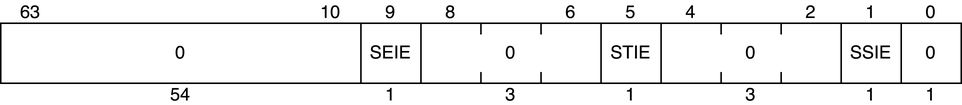
nananapo/veryl-riscv-book keeps this draw.io diagram as basic/images/23-smode-csr/sie.png. Above is the earlier version. Source tidied: cells renumbered, new cells last; positions are measured from the earlier drawing's top-left corner, leaving out a move shared by most shapes. Source of this version:
```xml
<mxGraphModel>
  <root>
    <mxCell id="0" />
    <mxCell id="1" parent="0" />
    <mxCell id="2" style="rounded=0;whiteSpace=wrap;html=1;" parent="1" vertex="1">
      <mxGeometry y="15" width="640" height="40" as="geometry" />
    </mxCell>
    <mxCell id="3" value="0" style="text;html=1;align=center;verticalAlign=middle;whiteSpace=wrap;rounded=0;" parent="1" vertex="1">
      <mxGeometry x="610" width="20" height="15" as="geometry" />
    </mxCell>
    <mxCell id="4" value="63" style="text;html=1;align=center;verticalAlign=middle;whiteSpace=wrap;rounded=0;" parent="1" vertex="1">
      <mxGeometry x="10" width="20" height="15" as="geometry" />
    </mxCell>
    <mxCell id="5" value="54" style="text;html=1;align=center;verticalAlign=middle;whiteSpace=wrap;rounded=0;" parent="1" vertex="1">
      <mxGeometry x="110" y="55" width="20" height="15" as="geometry" />
    </mxCell>
    <mxCell id="6" style="endArrow=none;html=1;rounded=0;" parent="1" edge="1">
      <mxGeometry relative="1" as="geometry">
        <mxPoint x="600" y="55" as="sourcePoint" />
        <mxPoint x="600" y="15" as="targetPoint" />
      </mxGeometry>
    </mxCell>
    <mxCell id="7" style="endArrow=none;html=1;rounded=0;" parent="1" edge="1">
      <mxGeometry relative="1" as="geometry">
        <mxPoint x="560" y="55" as="sourcePoint" />
        <mxPoint x="560" y="15" as="targetPoint" />
      </mxGeometry>
    </mxCell>
    <mxCell id="8" style="endArrow=none;html=1;rounded=0;" parent="1" edge="1">
      <mxGeometry relative="1" as="geometry">
        <mxPoint x="440" y="55" as="sourcePoint" />
        <mxPoint x="440" y="15" as="targetPoint" />
      </mxGeometry>
    </mxCell>
    <mxCell id="9" style="endArrow=none;html=1;rounded=0;" parent="1" edge="1">
      <mxGeometry relative="1" as="geometry">
        <mxPoint x="400" y="55" as="sourcePoint" />
        <mxPoint x="400" y="15" as="targetPoint" />
      </mxGeometry>
    </mxCell>
    <mxCell id="10" style="endArrow=none;html=1;rounded=0;" parent="1" edge="1">
      <mxGeometry relative="1" as="geometry">
        <mxPoint x="280" y="55" as="sourcePoint" />
        <mxPoint x="280" y="15" as="targetPoint" />
      </mxGeometry>
    </mxCell>
    <mxCell id="11" style="endArrow=none;html=1;rounded=0;" parent="1" edge="1">
      <mxGeometry relative="1" as="geometry">
        <mxPoint x="240" y="55" as="sourcePoint" />
        <mxPoint x="240" y="15" as="targetPoint" />
      </mxGeometry>
    </mxCell>
    <mxCell id="12" value="1" style="text;html=1;align=center;verticalAlign=middle;whiteSpace=wrap;rounded=0;" parent="1" vertex="1">
      <mxGeometry x="570" width="20" height="15" as="geometry" />
    </mxCell>
    <mxCell id="13" value="2" style="text;html=1;align=center;verticalAlign=middle;whiteSpace=wrap;rounded=0;" parent="1" vertex="1">
      <mxGeometry x="530" width="20" height="15" as="geometry" />
    </mxCell>
    <mxCell id="14" value="4" style="text;html=1;align=center;verticalAlign=middle;whiteSpace=wrap;rounded=0;" parent="1" vertex="1">
      <mxGeometry x="450" width="20" height="15" as="geometry" />
    </mxCell>
    <mxCell id="15" value="5" style="text;html=1;align=center;verticalAlign=middle;whiteSpace=wrap;rounded=0;" parent="1" vertex="1">
      <mxGeometry x="410" width="20" height="15" as="geometry" />
    </mxCell>
    <mxCell id="16" value="6" style="text;html=1;align=center;verticalAlign=middle;whiteSpace=wrap;rounded=0;" parent="1" vertex="1">
      <mxGeometry x="370" width="20" height="15" as="geometry" />
    </mxCell>
    <mxCell id="17" value="8" style="text;html=1;align=center;verticalAlign=middle;whiteSpace=wrap;rounded=0;" parent="1" vertex="1">
      <mxGeometry x="290" width="20" height="15" as="geometry" />
    </mxCell>
    <mxCell id="18" value="9" style="text;html=1;align=center;verticalAlign=middle;whiteSpace=wrap;rounded=0;" parent="1" vertex="1">
      <mxGeometry x="250" width="20" height="15" as="geometry" />
    </mxCell>
    <mxCell id="19" value="10" style="text;html=1;align=center;verticalAlign=middle;whiteSpace=wrap;rounded=0;" parent="1" vertex="1">
      <mxGeometry x="210" width="20" height="15" as="geometry" />
    </mxCell>
    <mxCell id="20" value="1" style="text;html=1;align=center;verticalAlign=middle;whiteSpace=wrap;rounded=0;" parent="1" vertex="1">
      <mxGeometry x="610" y="55" width="20" height="15" as="geometry" />
    </mxCell>
    <mxCell id="21" value="1" style="text;html=1;align=center;verticalAlign=middle;whiteSpace=wrap;rounded=0;" parent="1" vertex="1">
      <mxGeometry x="570" y="55" width="20" height="15" as="geometry" />
    </mxCell>
    <mxCell id="22" value="3" style="text;html=1;align=center;verticalAlign=middle;whiteSpace=wrap;rounded=0;" parent="1" vertex="1">
      <mxGeometry x="490" y="55" width="20" height="15" as="geometry" />
    </mxCell>
    <mxCell id="23" value="1" style="text;html=1;align=center;verticalAlign=middle;whiteSpace=wrap;rounded=0;" parent="1" vertex="1">
      <mxGeometry x="410" y="55" width="20" height="15" as="geometry" />
    </mxCell>
    <mxCell id="24" value="1" style="text;html=1;align=center;verticalAlign=middle;whiteSpace=wrap;rounded=0;" parent="1" vertex="1">
      <mxGeometry x="250" y="55" width="20" height="15" as="geometry" />
    </mxCell>
    <mxCell id="25" value="0" style="text;html=1;align=center;verticalAlign=middle;whiteSpace=wrap;rounded=0;" parent="1" vertex="1">
      <mxGeometry x="110" y="27.5" width="20" height="15" as="geometry" />
    </mxCell>
    <mxCell id="26" value="SEIE" style="text;html=1;align=center;verticalAlign=middle;whiteSpace=wrap;rounded=0;" parent="1" vertex="1">
      <mxGeometry x="250" y="27.5" width="20" height="15" as="geometry" />
    </mxCell>
    <mxCell id="27" value="STIE" style="text;html=1;align=center;verticalAlign=middle;whiteSpace=wrap;rounded=0;" parent="1" vertex="1">
      <mxGeometry x="410" y="27.5" width="20" height="15" as="geometry" />
    </mxCell>
    <mxCell id="28" value="0" style="text;html=1;align=center;verticalAlign=middle;whiteSpace=wrap;rounded=0;" parent="1" vertex="1">
      <mxGeometry x="490" y="27.5" width="20" height="15" as="geometry" />
    </mxCell>
    <mxCell id="29" value="SSIE" style="text;html=1;align=center;verticalAlign=middle;whiteSpace=wrap;rounded=0;" parent="1" vertex="1">
      <mxGeometry x="570" y="27.5" width="20" height="15" as="geometry" />
    </mxCell>
    <mxCell id="30" value="0" style="text;html=1;align=center;verticalAlign=middle;whiteSpace=wrap;rounded=0;" parent="1" vertex="1">
      <mxGeometry x="610" y="27.5" width="20" height="15" as="geometry" />
    </mxCell>
    <mxCell id="31" style="endArrow=none;html=1;rounded=0;" parent="1" edge="1">
      <mxGeometry relative="1" as="geometry">
        <mxPoint x="480" y="55" as="sourcePoint" />
        <mxPoint x="480" y="47.5" as="targetPoint" />
      </mxGeometry>
    </mxCell>
    <mxCell id="32" style="endArrow=none;html=1;rounded=0;" parent="1" edge="1">
      <mxGeometry relative="1" as="geometry">
        <mxPoint x="480" y="22.5" as="sourcePoint" />
        <mxPoint x="480" y="15" as="targetPoint" />
      </mxGeometry>
    </mxCell>
    <mxCell id="33" value="3" style="text;html=1;align=center;verticalAlign=middle;whiteSpace=wrap;rounded=0;" parent="1" vertex="1">
      <mxGeometry x="330" y="55" width="20" height="15" as="geometry" />
    </mxCell>
    <mxCell id="34" value="0" style="text;html=1;align=center;verticalAlign=middle;whiteSpace=wrap;rounded=0;" parent="1" vertex="1">
      <mxGeometry x="330" y="27.5" width="20" height="15" as="geometry" />
    </mxCell>
    <mxCell id="35" style="endArrow=none;html=1;rounded=0;" parent="1" edge="1">
      <mxGeometry relative="1" as="geometry">
        <mxPoint x="360" y="55" as="sourcePoint" />
        <mxPoint x="360" y="47.5" as="targetPoint" />
      </mxGeometry>
    </mxCell>
    <mxCell id="36" style="endArrow=none;html=1;rounded=0;" parent="1" edge="1">
      <mxGeometry relative="1" as="geometry">
        <mxPoint x="360" y="22.5" as="sourcePoint" />
        <mxPoint x="360" y="15" as="targetPoint" />
      </mxGeometry>
    </mxCell>
    <mxCell id="37" style="endArrow=none;html=1;rounded=0;" parent="1" edge="1">
      <mxGeometry relative="1" as="geometry">
        <mxPoint x="520" y="55" as="sourcePoint" />
        <mxPoint x="520" y="47.5" as="targetPoint" />
      </mxGeometry>
    </mxCell>
    <mxCell id="38" style="endArrow=none;html=1;rounded=0;" parent="1" edge="1">
      <mxGeometry relative="1" as="geometry">
        <mxPoint x="520" y="22.5" as="sourcePoint" />
        <mxPoint x="520" y="15" as="targetPoint" />
      </mxGeometry>
    </mxCell>
    <mxCell id="39" style="endArrow=none;html=1;rounded=0;" parent="1" edge="1">
      <mxGeometry relative="1" as="geometry">
        <mxPoint x="320" y="55" as="sourcePoint" />
        <mxPoint x="320" y="47.5" as="targetPoint" />
      </mxGeometry>
    </mxCell>
    <mxCell id="40" style="endArrow=none;html=1;rounded=0;" parent="1" edge="1">
      <mxGeometry relative="1" as="geometry">
        <mxPoint x="320" y="22.5" as="sourcePoint" />
        <mxPoint x="320" y="15" as="targetPoint" />
      </mxGeometry>
    </mxCell>
  </root>
</mxGraphModel>
```
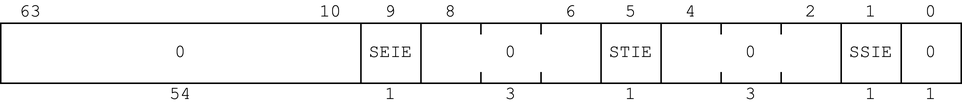
The same diagram one commit later.

The edit, as a diff of the source:
```diff
@@ -2,160 +2,160 @@
   <root>
     <mxCell id="0" />
     <mxCell id="1" parent="0" />
-    <mxCell id="2" style="rounded=0;whiteSpace=wrap;html=1;" parent="1" vertex="1">
+    <mxCell id="2" style="rounded=0;whiteSpace=wrap;html=1;fontFamily=Courier New;" parent="1" vertex="1">
       <mxGeometry y="15" width="640" height="40" as="geometry" />
     </mxCell>
-    <mxCell id="3" value="0" style="text;html=1;align=center;verticalAlign=middle;whiteSpace=wrap;rounded=0;" parent="1" vertex="1">
+    <mxCell id="3" value="0" style="text;html=1;align=center;verticalAlign=middle;whiteSpace=wrap;rounded=0;fontFamily=Courier New;" parent="1" vertex="1">
       <mxGeometry x="610" width="20" height="15" as="geometry" />
     </mxCell>
-    <mxCell id="4" value="63" style="text;html=1;align=center;verticalAlign=middle;whiteSpace=wrap;rounded=0;" parent="1" vertex="1">
+    <mxCell id="4" value="63" style="text;html=1;align=center;verticalAlign=middle;whiteSpace=wrap;rounded=0;fontFamily=Courier New;" parent="1" vertex="1">
       <mxGeometry x="10" width="20" height="15" as="geometry" />
     </mxCell>
-    <mxCell id="5" value="54" style="text;html=1;align=center;verticalAlign=middle;whiteSpace=wrap;rounded=0;" parent="1" vertex="1">
+    <mxCell id="5" value="54" style="text;html=1;align=center;verticalAlign=middle;whiteSpace=wrap;rounded=0;fontFamily=Courier New;" parent="1" vertex="1">
       <mxGeometry x="110" y="55" width="20" height="15" as="geometry" />
     </mxCell>
-    <mxCell id="6" style="endArrow=none;html=1;rounded=0;" parent="1" edge="1">
+    <mxCell id="6" style="endArrow=none;html=1;rounded=0;fontFamily=Courier New;" parent="1" edge="1">
       <mxGeometry relative="1" as="geometry">
         <mxPoint x="600" y="55" as="sourcePoint" />
         <mxPoint x="600" y="15" as="targetPoint" />
       </mxGeometry>
     </mxCell>
-    <mxCell id="7" style="endArrow=none;html=1;rounded=0;" parent="1" edge="1">
+    <mxCell id="7" style="endArrow=none;html=1;rounded=0;fontFamily=Courier New;" parent="1" edge="1">
       <mxGeometry relative="1" as="geometry">
         <mxPoint x="560" y="55" as="sourcePoint" />
         <mxPoint x="560" y="15" as="targetPoint" />
       </mxGeometry>
     </mxCell>
-    <mxCell id="8" style="endArrow=none;html=1;rounded=0;" parent="1" edge="1">
+    <mxCell id="8" style="endArrow=none;html=1;rounded=0;fontFamily=Courier New;" parent="1" edge="1">
       <mxGeometry relative="1" as="geometry">
         <mxPoint x="440" y="55" as="sourcePoint" />
         <mxPoint x="440" y="15" as="targetPoint" />
       </mxGeometry>
     </mxCell>
-    <mxCell id="9" style="endArrow=none;html=1;rounded=0;" parent="1" edge="1">
+    <mxCell id="9" style="endArrow=none;html=1;rounded=0;fontFamily=Courier New;" parent="1" edge="1">
       <mxGeometry relative="1" as="geometry">
         <mxPoint x="400" y="55" as="sourcePoint" />
         <mxPoint x="400" y="15" as="targetPoint" />
       </mxGeometry>
     </mxCell>
-    <mxCell id="10" style="endArrow=none;html=1;rounded=0;" parent="1" edge="1">
+    <mxCell id="10" style="endArrow=none;html=1;rounded=0;fontFamily=Courier New;" parent="1" edge="1">
       <mxGeometry relative="1" as="geometry">
         <mxPoint x="280" y="55" as="sourcePoint" />
         <mxPoint x="280" y="15" as="targetPoint" />
       </mxGeometry>
     </mxCell>
-    <mxCell id="11" style="endArrow=none;html=1;rounded=0;" parent="1" edge="1">
+    <mxCell id="11" style="endArrow=none;html=1;rounded=0;fontFamily=Courier New;" parent="1" edge="1">
       <mxGeometry relative="1" as="geometry">
         <mxPoint x="240" y="55" as="sourcePoint" />
         <mxPoint x="240" y="15" as="targetPoint" />
       </mxGeometry>
     </mxCell>
-    <mxCell id="12" value="1" style="text;html=1;align=center;verticalAlign=middle;whiteSpace=wrap;rounded=0;" parent="1" vertex="1">
+    <mxCell id="12" value="1" style="text;html=1;align=center;verticalAlign=middle;whiteSpace=wrap;rounded=0;fontFamily=Courier New;" parent="1" vertex="1">
       <mxGeometry x="570" width="20" height="15" as="geometry" />
     </mxCell>
-    <mxCell id="13" value="2" style="text;html=1;align=center;verticalAlign=middle;whiteSpace=wrap;rounded=0;" parent="1" vertex="1">
+    <mxCell id="13" value="2" style="text;html=1;align=center;verticalAlign=middle;whiteSpace=wrap;rounded=0;fontFamily=Courier New;" parent="1" vertex="1">
       <mxGeometry x="530" width="20" height="15" as="geometry" />
     </mxCell>
-    <mxCell id="14" value="4" style="text;html=1;align=center;verticalAlign=middle;whiteSpace=wrap;rounded=0;" parent="1" vertex="1">
+    <mxCell id="14" value="4" style="text;html=1;align=center;verticalAlign=middle;whiteSpace=wrap;rounded=0;fontFamily=Courier New;" parent="1" vertex="1">
       <mxGeometry x="450" width="20" height="15" as="geometry" />
     </mxCell>
-    <mxCell id="15" value="5" style="text;html=1;align=center;verticalAlign=middle;whiteSpace=wrap;rounded=0;" parent="1" vertex="1">
+    <mxCell id="15" value="5" style="text;html=1;align=center;verticalAlign=middle;whiteSpace=wrap;rounded=0;fontFamily=Courier New;" parent="1" vertex="1">
       <mxGeometry x="410" width="20" height="15" as="geometry" />
     </mxCell>
-    <mxCell id="16" value="6" style="text;html=1;align=center;verticalAlign=middle;whiteSpace=wrap;rounded=0;" parent="1" vertex="1">
+    <mxCell id="16" value="6" style="text;html=1;align=center;verticalAlign=middle;whiteSpace=wrap;rounded=0;fontFamily=Courier New;" parent="1" vertex="1">
       <mxGeometry x="370" width="20" height="15" as="geometry" />
     </mxCell>
-    <mxCell id="17" value="8" style="text;html=1;align=center;verticalAlign=middle;whiteSpace=wrap;rounded=0;" parent="1" vertex="1">
+    <mxCell id="17" value="8" style="text;html=1;align=center;verticalAlign=middle;whiteSpace=wrap;rounded=0;fontFamily=Courier New;" parent="1" vertex="1">
       <mxGeometry x="290" width="20" height="15" as="geometry" />
     </mxCell>
-    <mxCell id="18" value="9" style="text;html=1;align=center;verticalAlign=middle;whiteSpace=wrap;rounded=0;" parent="1" vertex="1">
+    <mxCell id="18" value="9" style="text;html=1;align=center;verticalAlign=middle;whiteSpace=wrap;rounded=0;fontFamily=Courier New;" parent="1" vertex="1">
       <mxGeometry x="250" width="20" height="15" as="geometry" />
     </mxCell>
-    <mxCell id="19" value="10" style="text;html=1;align=center;verticalAlign=middle;whiteSpace=wrap;rounded=0;" parent="1" vertex="1">
+    <mxCell id="19" value="10" style="text;html=1;align=center;verticalAlign=middle;whiteSpace=wrap;rounded=0;fontFamily=Courier New;" parent="1" vertex="1">
       <mxGeometry x="210" width="20" height="15" as="geometry" />
     </mxCell>
-    <mxCell id="20" value="1" style="text;html=1;align=center;verticalAlign=middle;whiteSpace=wrap;rounded=0;" parent="1" vertex="1">
+    <mxCell id="20" value="1" style="text;html=1;align=center;verticalAlign=middle;whiteSpace=wrap;rounded=0;fontFamily=Courier New;" parent="1" vertex="1">
       <mxGeometry x="610" y="55" width="20" height="15" as="geometry" />
     </mxCell>
-    <mxCell id="21" value="1" style="text;html=1;align=center;verticalAlign=middle;whiteSpace=wrap;rounded=0;" parent="1" vertex="1">
+    <mxCell id="21" value="1" style="text;html=1;align=center;verticalAlign=middle;whiteSpace=wrap;rounded=0;fontFamily=Courier New;" parent="1" vertex="1">
       <mxGeometry x="570" y="55" width="20" height="15" as="geometry" />
     </mxCell>
-    <mxCell id="22" value="3" style="text;html=1;align=center;verticalAlign=middle;whiteSpace=wrap;rounded=0;" parent="1" vertex="1">
+    <mxCell id="22" value="3" style="text;html=1;align=center;verticalAlign=middle;whiteSpace=wrap;rounded=0;fontFamily=Courier New;" parent="1" vertex="1">
       <mxGeometry x="490" y="55" width="20" height="15" as="geometry" />
     </mxCell>
-    <mxCell id="23" value="1" style="text;html=1;align=center;verticalAlign=middle;whiteSpace=wrap;rounded=0;" parent="1" vertex="1">
+    <mxCell id="23" value="1" style="text;html=1;align=center;verticalAlign=middle;whiteSpace=wrap;rounded=0;fontFamily=Courier New;" parent="1" vertex="1">
       <mxGeometry x="410" y="55" width="20" height="15" as="geometry" />
     </mxCell>
-    <mxCell id="24" value="1" style="text;html=1;align=center;verticalAlign=middle;whiteSpace=wrap;rounded=0;" parent="1" vertex="1">
+    <mxCell id="24" value="1" style="text;html=1;align=center;verticalAlign=middle;whiteSpace=wrap;rounded=0;fontFamily=Courier New;" parent="1" vertex="1">
       <mxGeometry x="250" y="55" width="20" height="15" as="geometry" />
     </mxCell>
-    <mxCell id="25" value="0" style="text;html=1;align=center;verticalAlign=middle;whiteSpace=wrap;rounded=0;" parent="1" vertex="1">
+    <mxCell id="25" value="0" style="text;html=1;align=center;verticalAlign=middle;whiteSpace=wrap;rounded=0;fontFamily=Courier New;" parent="1" vertex="1">
       <mxGeometry x="110" y="27.5" width="20" height="15" as="geometry" />
     </mxCell>
-    <mxCell id="26" value="SEIE" style="text;html=1;align=center;verticalAlign=middle;whiteSpace=wrap;rounded=0;" parent="1" vertex="1">
+    <mxCell id="26" value="SEIE" style="text;html=1;align=center;verticalAlign=middle;whiteSpace=wrap;rounded=0;fontFamily=Courier New;" parent="1" vertex="1">
       <mxGeometry x="250" y="27.5" width="20" height="15" as="geometry" />
     </mxCell>
-    <mxCell id="27" value="STIE" style="text;html=1;align=center;verticalAlign=middle;whiteSpace=wrap;rounded=0;" parent="1" vertex="1">
+    <mxCell id="27" value="STIE" style="text;html=1;align=center;verticalAlign=middle;whiteSpace=wrap;rounded=0;fontFamily=Courier New;" parent="1" vertex="1">
       <mxGeometry x="410" y="27.5" width="20" height="15" as="geometry" />
     </mxCell>
-    <mxCell id="28" value="0" style="text;html=1;align=center;verticalAlign=middle;whiteSpace=wrap;rounded=0;" parent="1" vertex="1">
+    <mxCell id="28" value="0" style="text;html=1;align=center;verticalAlign=middle;whiteSpace=wrap;rounded=0;fontFamily=Courier New;" parent="1" vertex="1">
       <mxGeometry x="490" y="27.5" width="20" height="15" as="geometry" />
     </mxCell>
-    <mxCell id="29" value="SSIE" style="text;html=1;align=center;verticalAlign=middle;whiteSpace=wrap;rounded=0;" parent="1" vertex="1">
+    <mxCell id="29" value="SSIE" style="text;html=1;align=center;verticalAlign=middle;whiteSpace=wrap;rounded=0;fontFamily=Courier New;" parent="1" vertex="1">
       <mxGeometry x="570" y="27.5" width="20" height="15" as="geometry" />
     </mxCell>
-    <mxCell id="30" value="0" style="text;html=1;align=center;verticalAlign=middle;whiteSpace=wrap;rounded=0;" parent="1" vertex="1">
+    <mxCell id="30" value="0" style="text;html=1;align=center;verticalAlign=middle;whiteSpace=wrap;rounded=0;fontFamily=Courier New;" parent="1" vertex="1">
       <mxGeometry x="610" y="27.5" width="20" height="15" as="geometry" />
     </mxCell>
-    <mxCell id="31" style="endArrow=none;html=1;rounded=0;" parent="1" edge="1">
+    <mxCell id="31" style="endArrow=none;html=1;rounded=0;fontFamily=Courier New;" parent="1" edge="1">
       <mxGeometry relative="1" as="geometry">
         <mxPoint x="480" y="55" as="sourcePoint" />
         <mxPoint x="480" y="47.5" as="targetPoint" />
       </mxGeometry>
     </mxCell>
-    <mxCell id="32" style="endArrow=none;html=1;rounded=0;" parent="1" edge="1">
+    <mxCell id="32" style="endArrow=none;html=1;rounded=0;fontFamily=Courier New;" parent="1" edge="1">
       <mxGeometry relative="1" as="geometry">
         <mxPoint x="480" y="22.5" as="sourcePoint" />
         <mxPoint x="480" y="15" as="targetPoint" />
       </mxGeometry>
     </mxCell>
-    <mxCell id="33" value="3" style="text;html=1;align=center;verticalAlign=middle;whiteSpace=wrap;rounded=0;" parent="1" vertex="1">
+    <mxCell id="33" value="3" style="text;html=1;align=center;verticalAlign=middle;whiteSpace=wrap;rounded=0;fontFamily=Courier New;" parent="1" vertex="1">
       <mxGeometry x="330" y="55" width="20" height="15" as="geometry" />
     </mxCell>
-    <mxCell id="34" value="0" style="text;html=1;align=center;verticalAlign=middle;whiteSpace=wrap;rounded=0;" parent="1" vertex="1">
+    <mxCell id="34" value="0" style="text;html=1;align=center;verticalAlign=middle;whiteSpace=wrap;rounded=0;fontFamily=Courier New;" parent="1" vertex="1">
       <mxGeometry x="330" y="27.5" width="20" height="15" as="geometry" />
     </mxCell>
-    <mxCell id="35" style="endArrow=none;html=1;rounded=0;" parent="1" edge="1">
+    <mxCell id="35" style="endArrow=none;html=1;rounded=0;fontFamily=Courier New;" parent="1" edge="1">
       <mxGeometry relative="1" as="geometry">
         <mxPoint x="360" y="55" as="sourcePoint" />
         <mxPoint x="360" y="47.5" as="targetPoint" />
       </mxGeometry>
     </mxCell>
-    <mxCell id="36" style="endArrow=none;html=1;rounded=0;" parent="1" edge="1">
+    <mxCell id="36" style="endArrow=none;html=1;rounded=0;fontFamily=Courier New;" parent="1" edge="1">
       <mxGeometry relative="1" as="geometry">
         <mxPoint x="360" y="22.5" as="sourcePoint" />
         <mxPoint x="360" y="15" as="targetPoint" />
       </mxGeometry>
     </mxCell>
-    <mxCell id="37" style="endArrow=none;html=1;rounded=0;" parent="1" edge="1">
+    <mxCell id="37" style="endArrow=none;html=1;rounded=0;fontFamily=Courier New;" parent="1" edge="1">
       <mxGeometry relative="1" as="geometry">
         <mxPoint x="520" y="55" as="sourcePoint" />
         <mxPoint x="520" y="47.5" as="targetPoint" />
       </mxGeometry>
     </mxCell>
-    <mxCell id="38" style="endArrow=none;html=1;rounded=0;" parent="1" edge="1">
+    <mxCell id="38" style="endArrow=none;html=1;rounded=0;fontFamily=Courier New;" parent="1" edge="1">
       <mxGeometry relative="1" as="geometry">
         <mxPoint x="520" y="22.5" as="sourcePoint" />
         <mxPoint x="520" y="15" as="targetPoint" />
       </mxGeometry>
     </mxCell>
-    <mxCell id="39" style="endArrow=none;html=1;rounded=0;" parent="1" edge="1">
+    <mxCell id="39" style="endArrow=none;html=1;rounded=0;fontFamily=Courier New;" parent="1" edge="1">
       <mxGeometry relative="1" as="geometry">
         <mxPoint x="320" y="55" as="sourcePoint" />
         <mxPoint x="320" y="47.5" as="targetPoint" />
       </mxGeometry>
     </mxCell>
-    <mxCell id="40" style="endArrow=none;html=1;rounded=0;" parent="1" edge="1">
+    <mxCell id="40" style="endArrow=none;html=1;rounded=0;fontFamily=Courier New;" parent="1" edge="1">
       <mxGeometry relative="1" as="geometry">
         <mxPoint x="320" y="22.5" as="sourcePoint" />
         <mxPoint x="320" y="15" as="targetPoint" />
```
